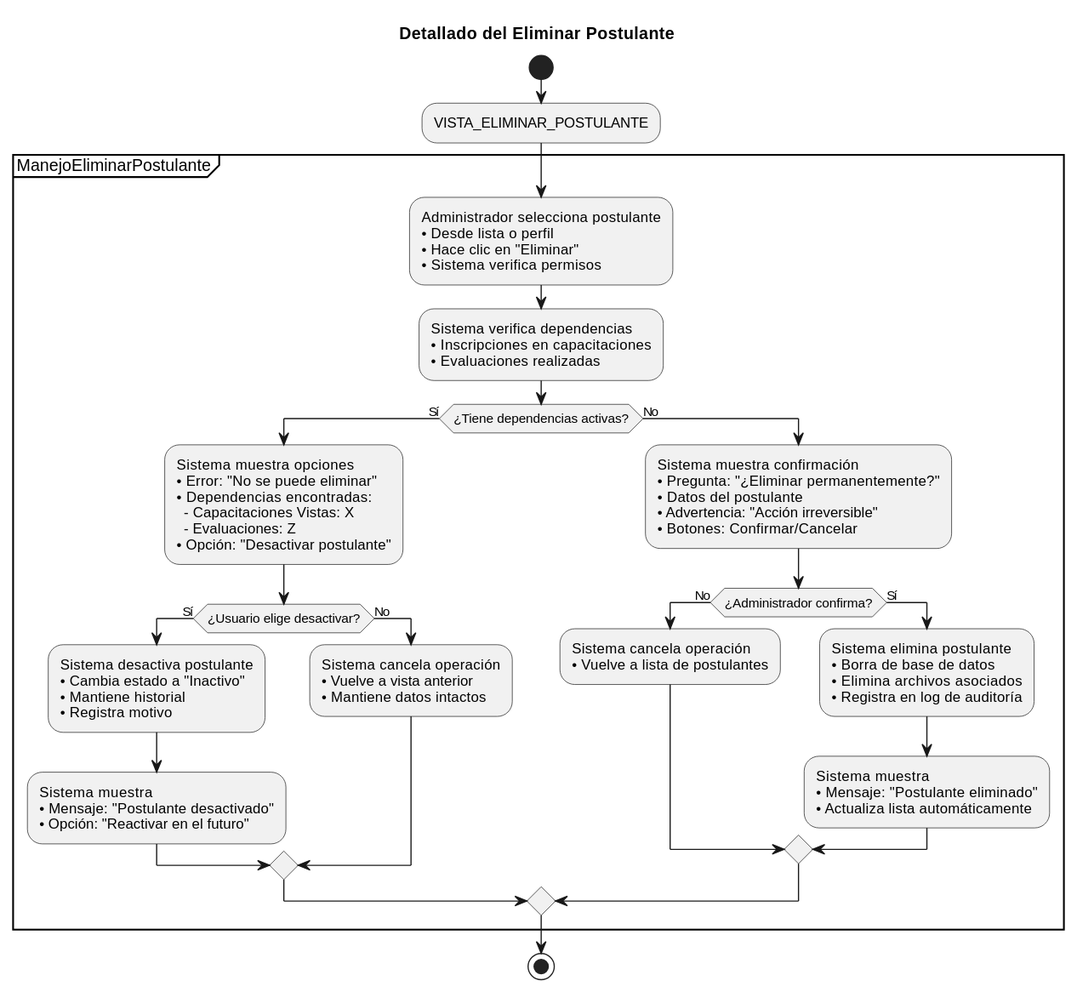
This is documentos/imagenes/casos_de_uso/diagramas_casos_de_uso_detallados/eliminar_postulante.svg from Dievex/24-25-IdSw1-SDR, a PlantUML export, as it was before one commit. The source it was exported from:
```plantuml
@startuml
title Detallado del Eliminar Postulante

start

:VISTA_ELIMINAR_POSTULANTE;

partition ManejoEliminarPostulante {

  :Administrador selecciona postulante
  • Desde lista o perfil
  • Hace clic en "Eliminar"
  • Sistema verifica permisos;

  :Sistema verifica dependencias
  • Inscripciones en capacitaciones
  • Evaluaciones realizadas;


  if (¿Tiene dependencias activas?) then (Sí)
    :Sistema muestra opciones
    • Error: "No se puede eliminar"
    • Dependencias encontradas:
      - Capacitaciones Vistas: X
      - Evaluaciones: Z
    • Opción: "Desactivar postulante";

    if (¿Usuario elige desactivar?) then (Sí)
      :Sistema desactiva postulante
      • Cambia estado a "Inactivo"
      • Mantiene historial
      • Registra motivo;

      :Sistema muestra
      • Mensaje: "Postulante desactivado"
      • Opción: "Reactivar en el futuro";

    else (No)
      :Sistema cancela operación
      • Vuelve a vista anterior
      • Mantiene datos intactos;

    endif

  else (No)
    :Sistema muestra confirmación
    • Pregunta: "¿Eliminar permanentemente?"
    • Datos del postulante
    • Advertencia: "Acción irreversible"
    • Botones: Confirmar/Cancelar;

    if (¿Administrador confirma?) then (No)
      :Sistema cancela operación
      • Vuelve a lista de postulantes;

    else (Sí)
      :Sistema elimina postulante
      • Borra de base de datos
      • Elimina archivos asociados
      • Registra en log de auditoría;


      :Sistema muestra
      • Mensaje: "Postulante eliminado"
      • Actualiza lista automáticamente;

    endif

  endif

}

stop
@enduml
```
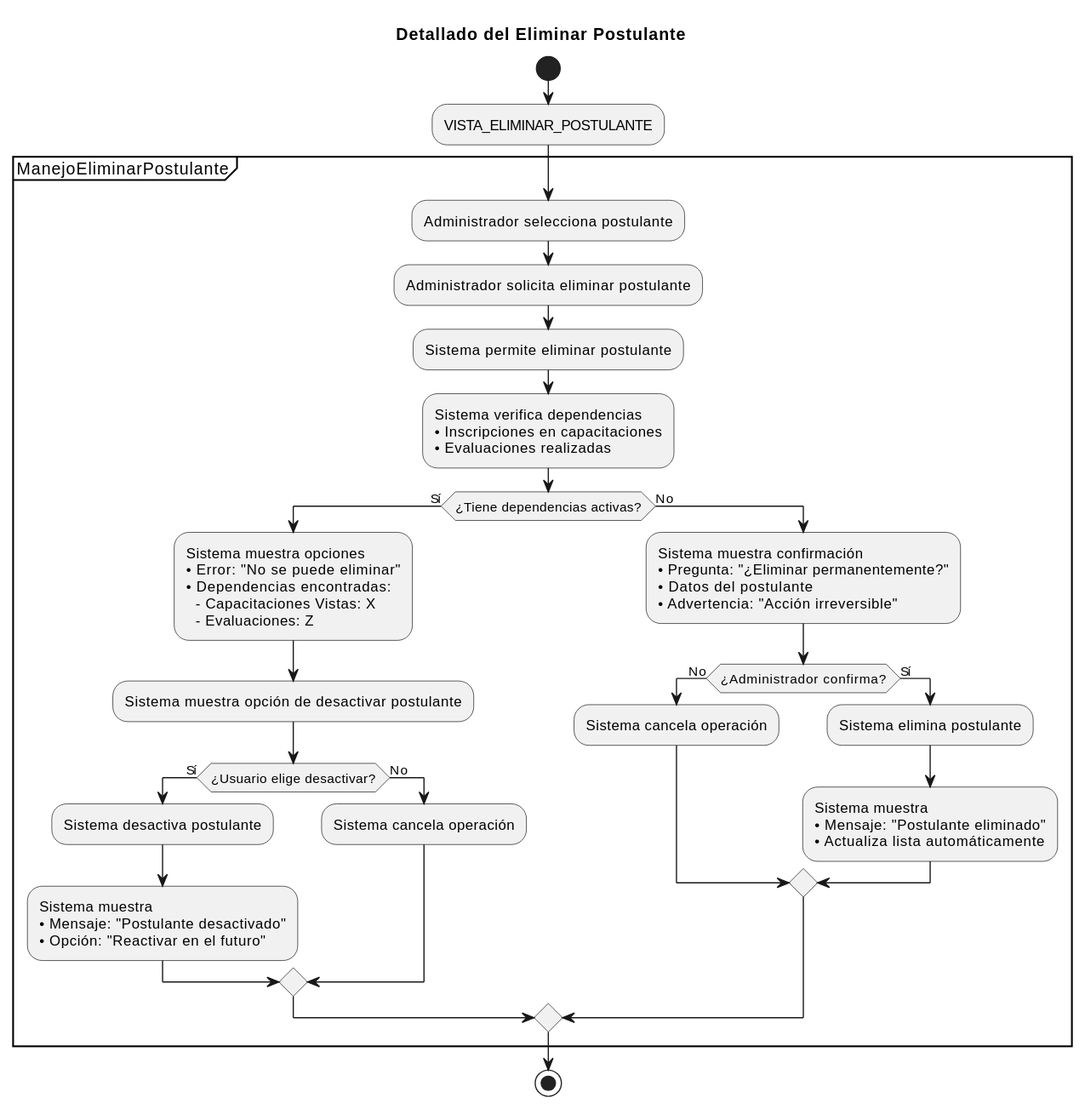
Later version of the same file.

Change to the diagram source:
```diff
@@ -7,10 +7,10 @@
 
 partition ManejoEliminarPostulante {
 
-  :Administrador selecciona postulante
-  • Desde lista o perfil
-  • Hace clic en "Eliminar"
-  • Sistema verifica permisos;
+  :Administrador selecciona postulante;
+  :Administrador solicita eliminar postulante;
+
+  :Sistema permite eliminar postulante;
 
   :Sistema verifica dependencias
   • Inscripciones en capacitaciones
@@ -22,23 +22,19 @@
     • Error: "No se puede eliminar"
     • Dependencias encontradas:
       - Capacitaciones Vistas: X
-      - Evaluaciones: Z
-    • Opción: "Desactivar postulante";
+      - Evaluaciones: Z;
+
+    :Sistema muestra opción de desactivar postulante;
 
     if (¿Usuario elige desactivar?) then (Sí)
-      :Sistema desactiva postulante
-      • Cambia estado a "Inactivo"
-      • Mantiene historial
-      • Registra motivo;
+      :Sistema desactiva postulante;
 
       :Sistema muestra
       • Mensaje: "Postulante desactivado"
       • Opción: "Reactivar en el futuro";
 
     else (No)
-      :Sistema cancela operación
-      • Vuelve a vista anterior
-      • Mantiene datos intactos;
+      :Sistema cancela operación;
 
     endif
 
@@ -46,18 +42,13 @@
     :Sistema muestra confirmación
     • Pregunta: "¿Eliminar permanentemente?"
     • Datos del postulante
-    • Advertencia: "Acción irreversible"
-    • Botones: Confirmar/Cancelar;
+    • Advertencia: "Acción irreversible";
 
     if (¿Administrador confirma?) then (No)
-      :Sistema cancela operación
-      • Vuelve a lista de postulantes;
+      :Sistema cancela operación;
 
     else (Sí)
-      :Sistema elimina postulante
-      • Borra de base de datos
-      • Elimina archivos asociados
-      • Registra en log de auditoría;
+      :Sistema elimina postulante;
 
 
       :Sistema muestra
```
